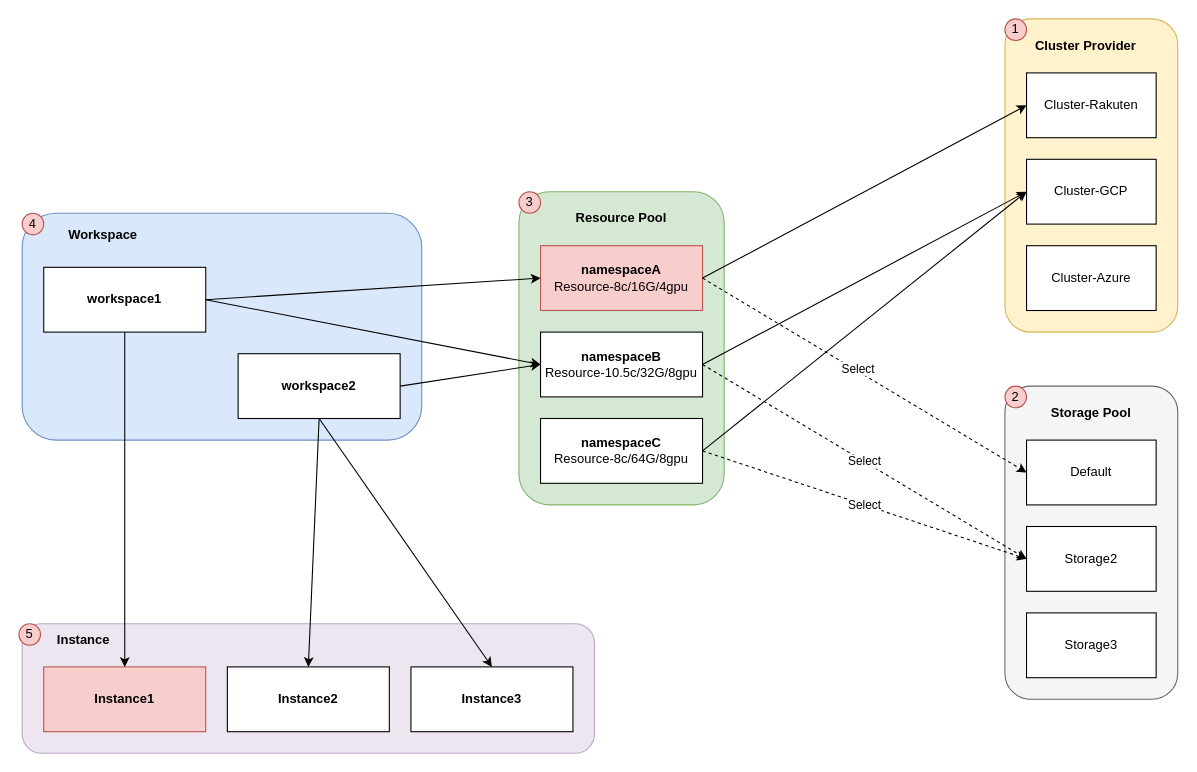
Before: page "component relationship" (2 of 7) of Resource_Pool2.drawio in LiuJin1203/graph, a draw.io diagram. Source tidied: cells renumbered, new cells numbered last; positions are measured from the earlier drawing's top-left corner, leaving out a move shared by most shapes. Both pictures are drawn from the tidied source at 108%, with x=0, y=0 at pixel (18, 18).
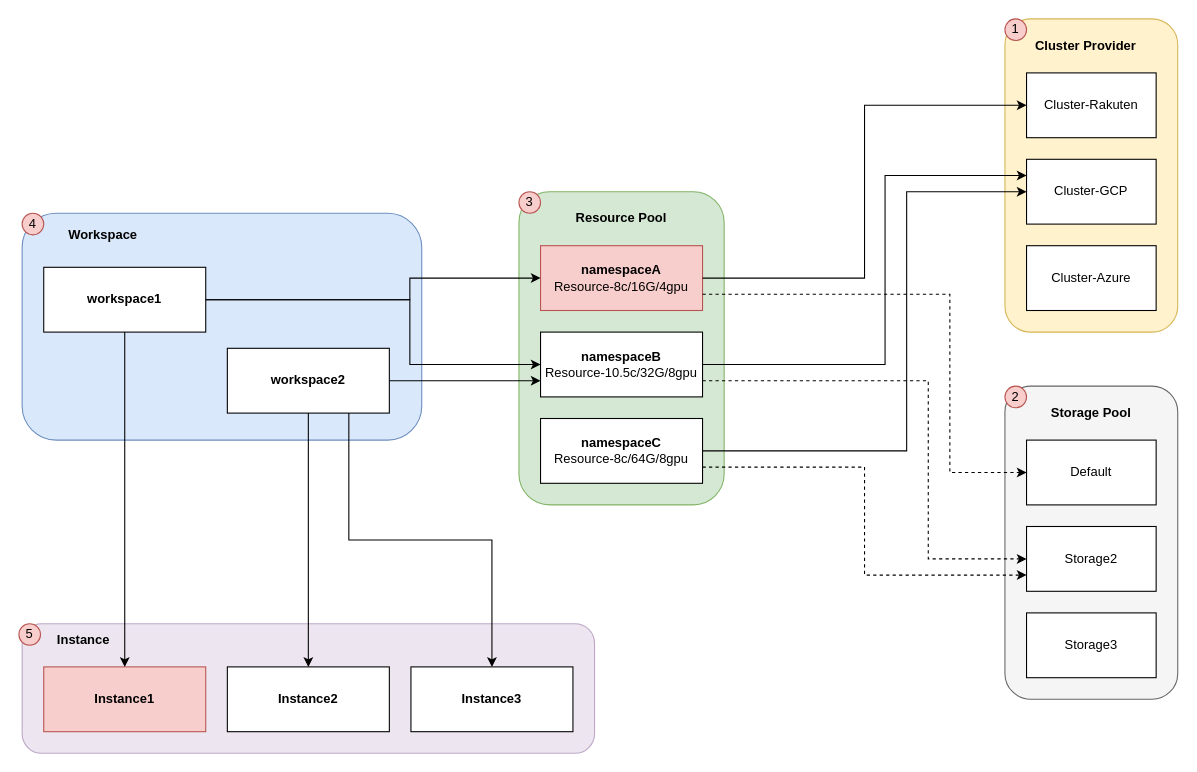
The same page after the edit.

The change refers to these unchanged cells:
```xml
<mxCell id="4" value="&lt;b&gt;Instance2&lt;/b&gt;" style="rounded=0;whiteSpace=wrap;html=1;" parent="2" vertex="1">
  <mxGeometry x="190" y="40" width="150" height="60" as="geometry" />
</mxCell>
<mxCell id="5" value="&lt;b&gt;Instance3&lt;/b&gt;" style="rounded=0;whiteSpace=wrap;html=1;" parent="2" vertex="1">
  <mxGeometry x="360" y="40" width="150" height="60" as="geometry" />
</mxCell>
<mxCell id="9" style="group;" parent="1" vertex="1">
  <mxGeometry x="3" y="180" width="370" height="210" as="geometry" />
</mxCell>
<mxCell id="17" value="&lt;b&gt;namespaceB&lt;/b&gt;&lt;br&gt;Resource-10.5c/32G/8gpu" style="rounded=0;whiteSpace=wrap;html=1;" parent="15" vertex="1">
  <mxGeometry x="20" y="130" width="150" height="60" as="geometry" />
</mxCell>
<mxCell id="18" value="&lt;b&gt;namespaceC&lt;/b&gt;&lt;br&gt;Resource-8c/64G/8gpu" style="rounded=0;whiteSpace=wrap;html=1;" parent="15" vertex="1">
  <mxGeometry x="20" y="210" width="150" height="60" as="geometry" />
</mxCell>
<mxCell id="19" value="&lt;b&gt;namespaceA&lt;/b&gt;&lt;br&gt;Resource-8c/16G/4gpu" style="rounded=0;whiteSpace=wrap;html=1;fillColor=#f8cecc;strokeColor=#b85450;" parent="15" vertex="1">
  <mxGeometry x="20" y="50" width="150" height="60" as="geometry" />
</mxCell>
<mxCell id="24" value="Cluster-GCP" style="rounded=0;whiteSpace=wrap;html=1;" parent="22" vertex="1">
  <mxGeometry x="20" y="130" width="120" height="60" as="geometry" />
</mxCell>
<mxCell id="26" value="Cluster-Rakuten" style="rounded=0;whiteSpace=wrap;html=1;" parent="22" vertex="1">
  <mxGeometry x="20" y="50" width="120" height="60" as="geometry" />
</mxCell>
<mxCell id="31" value="&lt;span style=&quot;&quot;&gt;Storage2&lt;/span&gt;" style="rounded=0;whiteSpace=wrap;html=1;" parent="29" vertex="1">
  <mxGeometry x="20" y="130" width="120" height="60" as="geometry" />
</mxCell>
<mxCell id="33" value="Default" style="rounded=0;whiteSpace=wrap;html=1;" parent="29" vertex="1">
  <mxGeometry x="20" y="50" width="120" height="60" as="geometry" />
</mxCell>
```

What changed in the source:
```diff
@@
+    <mxCell id="14" value="&lt;b&gt;workspace1&lt;/b&gt;" style="rounded=0;whiteSpace=wrap;html=1;" parent="9" vertex="1">
+      <mxGeometry x="20" y="50" width="150" height="60" as="geometry" />
+    </mxCell>
     <mxCell id="13" value="&lt;b&gt;workspace2&lt;/b&gt;" style="rounded=0;whiteSpace=wrap;html=1;" parent="9" vertex="1">
-      <mxGeometry x="200" y="130" width="150" height="60" as="geometry" />
+      <mxGeometry x="190" y="125" width="150" height="60" as="geometry" />
     </mxCell>
-    <mxCell id="14" value="&lt;b&gt;workspace1&lt;/b&gt;" style="rounded=0;whiteSpace=wrap;html=1;" parent="9" vertex="1">
-      <mxGeometry x="20" y="50" width="150" height="60" as="geometry" />
-    </mxCell>
@@
-    <mxCell id="36" style="rounded=0;jettySize=auto;html=1;exitX=1;exitY=0.5;exitDx=0;exitDy=0;entryX=0;entryY=0.5;entryDx=0;entryDy=0;startArrow=none;startFill=0;endArrow=classic;endFill=1;fillColor=#fff2cc;strokeColor=#000000;" parent="1" edge="1" source="17" target="24">
-      <mxGeometry relative="1" as="geometry" />
+    <mxCell id="36" style="rounded=0;jettySize=auto;html=1;exitX=1;exitY=0.5;exitDx=0;exitDy=0;entryX=0;entryY=0.25;entryDx=0;entryDy=0;startArrow=none;startFill=0;endArrow=classic;endFill=1;fillColor=#fff2cc;strokeColor=#000000;edgeStyle=orthogonalEdgeStyle;" parent="1" edge="1" source="17" target="24">
+      <mxGeometry relative="1" as="geometry">
+        <Array as="points">
+          <mxPoint x="802" y="320" />
+          <mxPoint x="802" y="145" />
+        </Array>
+      </mxGeometry>
     </mxCell>
-    <mxCell id="37" value="Select" style="edgeStyle=none;rounded=0;jettySize=auto;html=1;exitX=1;exitY=0.5;exitDx=0;exitDy=0;entryX=0;entryY=0.5;entryDx=0;entryDy=0;dashed=1;" parent="1" edge="1" source="17" target="31">
-      <mxGeometry relative="1" as="geometry" />
+    <mxCell id="37" style="edgeStyle=orthogonalEdgeStyle;rounded=0;jettySize=auto;html=1;exitX=1;exitY=0.75;exitDx=0;exitDy=0;entryX=0;entryY=0.5;entryDx=0;entryDy=0;dashed=1;" parent="1" edge="1" source="17" target="31">
+      <mxGeometry relative="1" as="geometry">
+        <Array as="points">
+          <mxPoint x="842" y="335" />
+          <mxPoint x="842" y="500" />
+        </Array>
+      </mxGeometry>
     </mxCell>
-    <mxCell id="38" style="edgeStyle=none;rounded=0;jettySize=auto;html=1;exitX=1;exitY=0.5;exitDx=0;exitDy=0;entryX=0;entryY=0.5;entryDx=0;entryDy=0;startArrow=none;startFill=0;endArrow=classic;endFill=1;fillColor=#fff2cc;strokeColor=#000000;" parent="1" edge="1" source="18" target="24">
-      <mxGeometry relative="1" as="geometry" />
+    <mxCell id="38" style="edgeStyle=orthogonalEdgeStyle;rounded=0;jettySize=auto;html=1;exitX=1;exitY=0.5;exitDx=0;exitDy=0;entryX=0;entryY=0.5;entryDx=0;entryDy=0;startArrow=none;startFill=0;endArrow=classic;endFill=1;fillColor=#fff2cc;strokeColor=#000000;" parent="1" edge="1" source="18" target="24">
+      <mxGeometry relative="1" as="geometry">
+        <Array as="points">
+          <mxPoint x="822" y="400" />
+          <mxPoint x="822" y="160" />
+        </Array>
+      </mxGeometry>
     </mxCell>
-    <mxCell id="39" value="Select" style="edgeStyle=none;rounded=0;jettySize=auto;html=1;exitX=1;exitY=0.5;exitDx=0;exitDy=0;entryX=0;entryY=0.5;entryDx=0;entryDy=0;dashed=1;" parent="1" edge="1" source="18" target="31">
+    <mxCell id="39" style="edgeStyle=orthogonalEdgeStyle;rounded=0;jettySize=auto;html=1;exitX=1;exitY=0.75;exitDx=0;exitDy=0;entryX=0;entryY=0.75;entryDx=0;entryDy=0;dashed=1;" parent="1" edge="1" source="18" target="31">
       <mxGeometry relative="1" as="geometry" />
     </mxCell>
-    <mxCell id="40" style="rounded=0;jettySize=auto;html=1;startArrow=none;startFill=0;endArrow=classic;endFill=1;exitX=1;exitY=0.5;exitDx=0;exitDy=0;entryX=0;entryY=0.5;entryDx=0;entryDy=0;fillColor=#fff2cc;strokeColor=#000000;" parent="1" edge="1" source="19" target="26">
+    <mxCell id="40" style="rounded=0;jettySize=auto;html=1;startArrow=none;startFill=0;endArrow=classic;endFill=1;exitX=1;exitY=0.5;exitDx=0;exitDy=0;entryX=0;entryY=0.5;entryDx=0;entryDy=0;fillColor=#fff2cc;strokeColor=#000000;edgeStyle=orthogonalEdgeStyle;elbow=vertical;" parent="1" edge="1" source="19" target="26">
       <mxGeometry relative="1" as="geometry" />
     </mxCell>
-    <mxCell id="41" style="edgeStyle=none;rounded=0;jettySize=auto;html=1;exitX=1;exitY=0.5;exitDx=0;exitDy=0;entryX=0;entryY=0.5;entryDx=0;entryDy=0;dashed=1;" parent="1" edge="1" source="19" target="33">
-      <mxGeometry relative="1" as="geometry" />
+    <mxCell id="41" style="edgeStyle=orthogonalEdgeStyle;rounded=0;jettySize=auto;html=1;exitX=1;exitY=0.75;exitDx=0;exitDy=0;entryX=0;entryY=0.5;entryDx=0;entryDy=0;dashed=1;" parent="1" edge="1" source="19" target="33">
+      <mxGeometry relative="1" as="geometry">
+        <Array as="points">
+          <mxPoint x="862" y="255" />
+          <mxPoint x="862" y="420" />
+        </Array>
+      </mxGeometry>
     </mxCell>
-    <mxCell id="42" value="Select" style="edgeLabel;html=1;align=center;verticalAlign=middle;" parent="41" vertex="1">
-      <mxGeometry x="-0.05" y="2" relative="1" as="geometry" />
-    </mxCell>
-    <mxCell id="43" style="edgeStyle=none;rounded=0;jettySize=auto;html=1;exitX=1;exitY=0.5;exitDx=0;exitDy=0;entryX=0;entryY=0.5;entryDx=0;entryDy=0;strokeColor=#000000;" parent="1" edge="1" source="14" target="19">
-      <mxGeometry relative="1" as="geometry" />
+    <mxCell id="43" style="edgeStyle=orthogonalEdgeStyle;rounded=0;jettySize=auto;html=1;exitX=1;exitY=0.5;exitDx=0;exitDy=0;entryX=0;entryY=0.5;entryDx=0;entryDy=0;strokeColor=#000000;" parent="1" edge="1" source="14" target="19">
+      <mxGeometry relative="1" as="geometry">
+        <Array as="points">
+          <mxPoint x="362" y="260" />
+          <mxPoint x="362" y="240" />
+        </Array>
+      </mxGeometry>
     </mxCell>
-    <mxCell id="44" style="edgeStyle=none;rounded=0;jettySize=auto;html=1;exitX=1;exitY=0.5;exitDx=0;exitDy=0;entryX=0;entryY=0.5;entryDx=0;entryDy=0;strokeColor=#000000;" parent="1" edge="1" source="14" target="17">
-      <mxGeometry relative="1" as="geometry" />
-    </mxCell>
-    <mxCell id="45" style="edgeStyle=none;rounded=0;jettySize=auto;html=1;exitX=1;exitY=0.5;exitDx=0;exitDy=0;entryX=0;entryY=0.5;entryDx=0;entryDy=0;strokeColor=#000000;" parent="1" edge="1" source="13" target="17">
+    <mxCell id="45" style="edgeStyle=orthogonalEdgeStyle;rounded=0;jettySize=auto;html=1;exitX=1;exitY=0.5;exitDx=0;exitDy=0;entryX=0;entryY=0.75;entryDx=0;entryDy=0;strokeColor=#000000;" parent="1" edge="1" source="13" target="17">
       <mxGeometry relative="1" as="geometry" />
     </mxCell>
-    <mxCell id="46" style="edgeStyle=none;rounded=0;jettySize=auto;html=1;exitX=0.5;exitY=1;exitDx=0;exitDy=0;entryX=0.5;entryY=0;entryDx=0;entryDy=0;strokeColor=#000000;" parent="1" edge="1" source="13" target="5">
+    <mxCell id="46" style="edgeStyle=orthogonalEdgeStyle;rounded=0;jettySize=auto;html=1;exitX=0.75;exitY=1;exitDx=0;exitDy=0;entryX=0.5;entryY=0;entryDx=0;entryDy=0;strokeColor=#000000;" parent="1" edge="1" source="13" target="5">
       <mxGeometry relative="1" as="geometry" />
     </mxCell>
@@
-    <mxCell id="48" style="edgeStyle=none;rounded=0;jettySize=auto;html=1;exitX=0.5;exitY=1;exitDx=0;exitDy=0;entryX=0.5;entryY=0;entryDx=0;entryDy=0;strokeColor=#000000;" parent="1" edge="1" source="13" target="4">
+    <mxCell id="48" style="edgeStyle=orthogonalEdgeStyle;rounded=0;jettySize=auto;html=1;exitX=0.5;exitY=1;exitDx=0;exitDy=0;entryX=0.5;entryY=0;entryDx=0;entryDy=0;strokeColor=#000000;" parent="1" edge="1" source="13" target="4">
       <mxGeometry relative="1" as="geometry" />
     </mxCell>
+    <mxCell id="44" style="edgeStyle=orthogonalEdgeStyle;rounded=0;jettySize=auto;html=1;exitX=1;exitY=0.5;exitDx=0;exitDy=0;strokeColor=#000000;entryX=0;entryY=0.5;entryDx=0;entryDy=0;" parent="1" edge="1" source="14" target="17">
+      <mxGeometry relative="1" as="geometry">
+        <Array as="points">
+          <mxPoint x="362" y="260" />
+          <mxPoint x="362" y="320" />
+        </Array>
+      </mxGeometry>
+    </mxCell>
```
